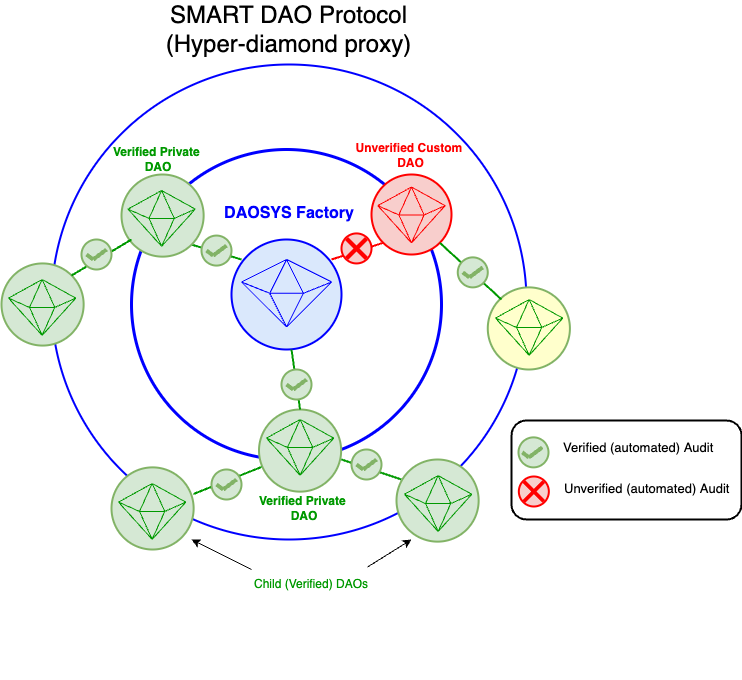
icmoore/daosys keeps this draw.io diagram as latex/whitepaper/img/smart_dao.png. Above is the earlier version. Source tidied: cells renumbered, new cells last; positions are measured from the earlier drawing's top-left corner, leaving out a move shared by most shapes.
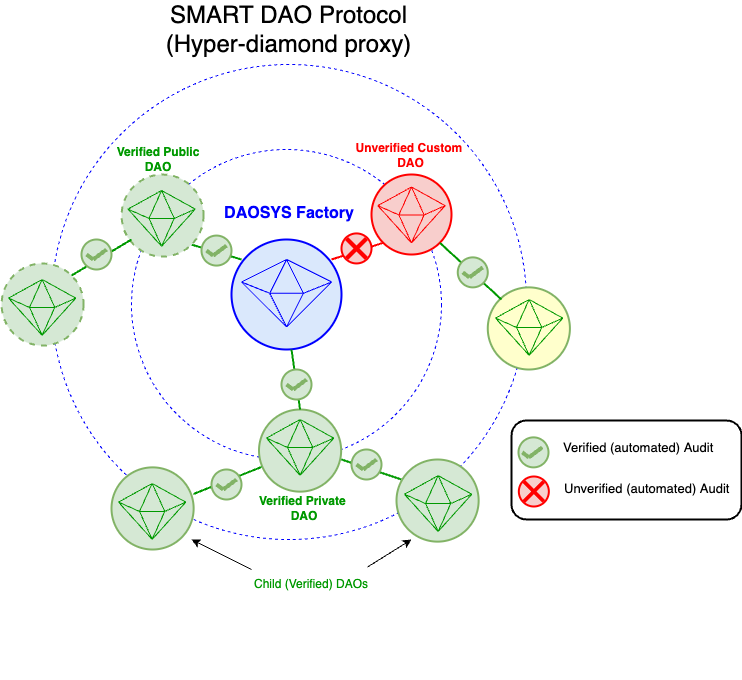
Above is the later version.

The edit, as a diff of the source:
```diff
@@ -5,13 +5,13 @@
     <mxCell id="2" style="rounded=1;whiteSpace=wrap;html=1;strokeColor=#000000;strokeWidth=2;fontSize=20;fontColor=#009900;fillColor=#FFFFFF;" parent="1" vertex="1">
       <mxGeometry x="510" y="411" width="230" height="99" as="geometry" />
     </mxCell>
-    <mxCell id="3" style="ellipse;whiteSpace=wrap;html=1;strokeColor=#0000FF;strokeWidth=2;fillColor=#FFFFFF;" parent="1" vertex="1">
+    <mxCell id="3" style="ellipse;whiteSpace=wrap;html=1;strokeColor=#0000FF;strokeWidth=1;fillColor=#FFFFFF;dashed=1;" parent="1" vertex="1">
       <mxGeometry x="50" y="55" width="475" height="475" as="geometry" />
     </mxCell>
     <mxCell id="4" style="group;" parent="1" vertex="1">
-      <mxGeometry x="230" y="230" width="249.7" height="440" as="geometry" />
+      <mxGeometry x="230" y="230" width="380" height="440" as="geometry" />
     </mxCell>
-    <mxCell id="5" style="ellipse;whiteSpace=wrap;html=1;strokeWidth=3;strokeColor=#0000FF;" parent="4" vertex="1">
+    <mxCell id="5" style="ellipse;whiteSpace=wrap;html=1;strokeWidth=1;strokeColor=#0000FF;dashed=1;" parent="4" vertex="1">
       <mxGeometry x="-100" y="-90" width="310" height="310" as="geometry" />
     </mxCell>
     <mxCell id="6" style="group;" parent="4" vertex="1">
@@ -304,7 +304,7 @@
     <mxCell id="63" style="group;" parent="62" vertex="1">
       <mxGeometry width="140" height="240" as="geometry" />
     </mxCell>
-    <mxCell id="64" style="ellipse;whiteSpace=wrap;html=1;fillColor=#d5e8d4;strokeColor=#82b366;strokeWidth=2;" parent="63" vertex="1">
+    <mxCell id="64" style="ellipse;whiteSpace=wrap;html=1;fillColor=#d5e8d4;strokeColor=#82b366;strokeWidth=2;dashed=1;" parent="63" vertex="1">
       <mxGeometry width="82.1" height="82.1" as="geometry" />
     </mxCell>
     <mxCell id="65" style="group;" parent="63" vertex="1">
@@ -475,7 +475,7 @@
         <mxPoint x="21" y="27.9" as="targetPoint" />
       </mxGeometry>
     </mxCell>
-    <mxCell id="97" style="ellipse;whiteSpace=wrap;html=1;fillColor=#d5e8d4;strokeColor=#82b366;strokeWidth=2;" parent="1" vertex="1">
+    <mxCell id="97" style="ellipse;whiteSpace=wrap;html=1;fillColor=#d5e8d4;strokeColor=#82b366;strokeWidth=2;dashed=1;" parent="1" vertex="1">
       <mxGeometry y="253.9" width="82.1" height="82.1" as="geometry" />
     </mxCell>
     <mxCell id="98" style="group;" parent="1" vertex="1">
@@ -547,7 +547,7 @@
         <mxPoint x="21" y="27.9" as="targetPoint" />
       </mxGeometry>
     </mxCell>
-    <mxCell id="110" value="&lt;b&gt;&lt;font color=&quot;#009900&quot;&gt;Verified Private &lt;br&gt;DAO&lt;/font&gt;&lt;/b&gt;" style="text;html=1;strokeColor=none;fillColor=none;align=center;verticalAlign=middle;whiteSpace=wrap;rounded=0;strokeWidth=2;" parent="1" vertex="1">
+    <mxCell id="110" value="&lt;b&gt;&lt;font color=&quot;#009900&quot;&gt;Verified Public&lt;br&gt;DAO&lt;/font&gt;&lt;/b&gt;" style="text;html=1;strokeColor=none;fillColor=none;align=center;verticalAlign=middle;whiteSpace=wrap;rounded=0;strokeWidth=2;" parent="1" vertex="1">
       <mxGeometry x="92" y="135" width="130" height="30" as="geometry" />
     </mxCell>
     <mxCell id="111" style="endArrow=none;html=1;rounded=0;strokeWidth=2;fillColor=#008a00;strokeColor=#009900;entryX=1;entryY=0;entryDx=0;entryDy=0;" parent="1" edge="1" target="97">
```
